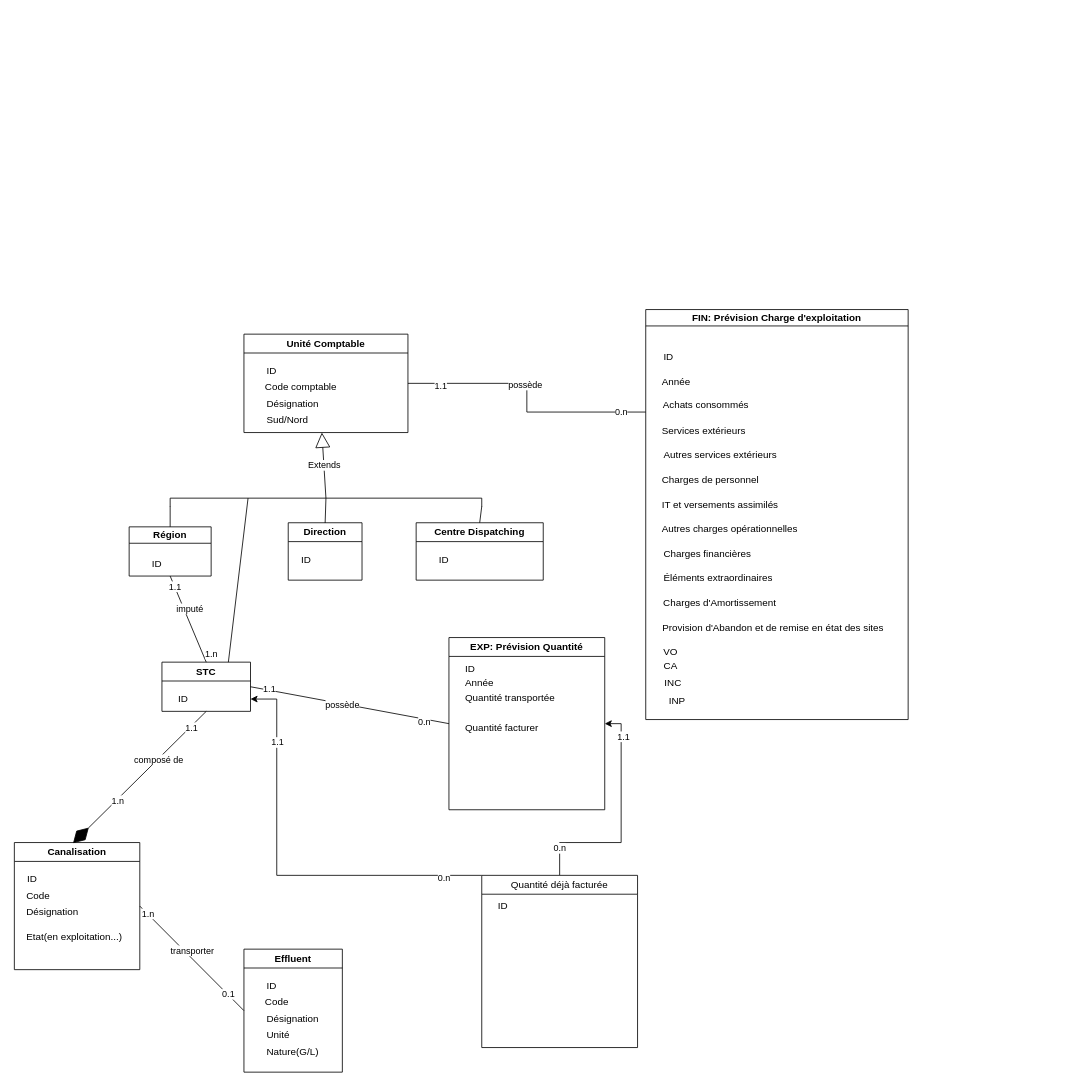
The draw.io diagram Diagramme de class Tarification.drawio.xml in saddambelabed/Conception, before the edit. Source tidied: cells renumbered, new cells numbered last; positions are measured from the earlier drawing's top-left corner, leaving out a move shared by most shapes. Both pictures are drawn from the tidied source at 82%, with x=0, y=0 at pixel (14, 309).
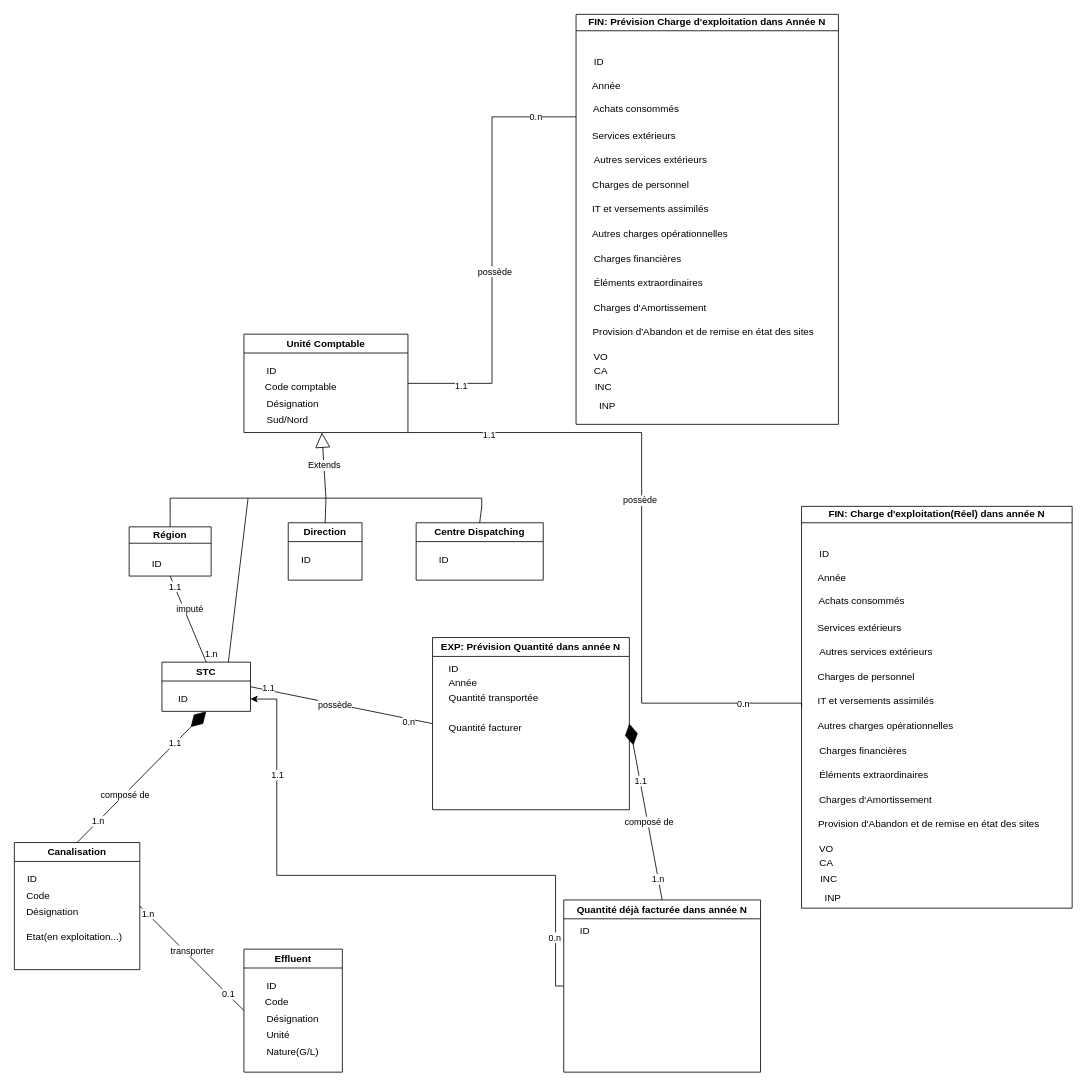
After the change.

Commit message:
Mettre à jour Diagramme de class Tarification.drawio.xml

The change refers to these unchanged cells:
```xml
<mxCell id="6" value="Unité Comptable" style="swimlane;whiteSpace=wrap;html=1;" parent="1" vertex="1">
  <mxGeometry x="280" y="30" width="200" height="120" as="geometry" />
</mxCell>
<mxCell id="16" value="STC" style="swimlane;whiteSpace=wrap;html=1;" parent="1" vertex="1">
  <mxGeometry x="180" y="430" width="108" height="60" as="geometry" />
</mxCell>
<mxCell id="18" value="Canalisation" style="swimlane;whiteSpace=wrap;html=1;" parent="1" vertex="1">
  <mxGeometry y="650" width="153" height="155" as="geometry" />
</mxCell>
```

The edit, as a diff of the source:
```diff
@@
-    <mxCell id="41" style="endArrow=diamondThin;endFill=1;endSize=24;html=1;rounded=0;entryX=0.468;entryY=0.005;entryDx=0;entryDy=0;entryPerimeter=0;exitX=0.5;exitY=1;exitDx=0;exitDy=0;" parent="1" edge="1" source="16" target="18">
+    <mxCell id="41" style="endArrow=diamondThin;endFill=1;endSize=24;html=1;rounded=0;entryX=0.5;entryY=1;entryDx=0;entryDy=0;exitX=0.5;exitY=0;exitDx=0;exitDy=0;" parent="1" edge="1" source="18" target="16">
       <mxGeometry relative="1" as="geometry" />
     </mxCell>
@@
-    <mxCell id="43" value="1.n" style="edgeLabel;html=1;align=center;verticalAlign=middle;" parent="41" vertex="1">
-      <mxGeometry x="0.35" relative="1" as="geometry">
-        <mxPoint x="1" as="offset" />
-      </mxGeometry>
-    </mxCell>
-    <mxCell id="44" value="1.1" style="edgeLabel;html=1;align=center;verticalAlign=middle;" parent="41" vertex="1">
-      <mxGeometry x="-0.76" y="1" relative="1" as="geometry" />
-    </mxCell>
+    <mxCell id="81" value="1.1" style="edgeLabel;html=1;align=center;verticalAlign=middle;" parent="41" vertex="1">
+      <mxGeometry x="0.51" relative="1" as="geometry" />
+    </mxCell>
+    <mxCell id="82" value="1.n" style="edgeLabel;html=1;align=center;verticalAlign=middle;" parent="41" vertex="1">
+      <mxGeometry x="-0.68" y="1" relative="1" as="geometry" />
+    </mxCell>
@@
-    <mxCell id="51" value="EXP: Prévision Quantité" style="swimlane;whiteSpace=wrap;html=1;startSize=23;" parent="1" vertex="1">
-      <mxGeometry x="530" y="400" width="190" height="210" as="geometry" />
+    <mxCell id="51" value="EXP: Prévision Quantité dans année N" style="swimlane;whiteSpace=wrap;html=1;startSize=23;" parent="1" vertex="1">
+      <mxGeometry x="510" y="400" width="240" height="210" as="geometry" />
     </mxCell>
@@
-    <mxCell id="56" value="FIN: Prévision Charge d'exploitation" style="swimlane;whiteSpace=wrap;html=1;startSize=20;" parent="1" vertex="1">
-      <mxGeometry x="770" width="320" height="500" as="geometry" />
+    <mxCell id="56" value="FIN: Prévision Charge d'exploitation dans Année N" style="swimlane;whiteSpace=wrap;html=1;startSize=20;" parent="1" vertex="1">
+      <mxGeometry x="685" y="-360" width="320" height="500" as="geometry" />
     </mxCell>
@@
-    <mxCell id="73" style="edgeStyle=orthogonalEdgeStyle;rounded=0;jettySize=auto;html=1;entryX=1;entryY=0.75;entryDx=0;entryDy=0;" parent="1" edge="1" source="79" target="16">
+    <mxCell id="73" style="edgeStyle=orthogonalEdgeStyle;rounded=0;jettySize=auto;html=1;entryX=1;entryY=0.75;entryDx=0;entryDy=0;exitX=0;exitY=0.5;exitDx=0;exitDy=0;" parent="1" edge="1" source="79" target="16">
       <mxGeometry relative="1" as="geometry">
         <Array as="points">
+          <mxPoint x="660" y="690" />
           <mxPoint x="320" y="690" />
           <mxPoint x="320" y="475" />
         </Array>
       </mxGeometry>
     </mxCell>
@@
-    <mxCell id="76" style="edgeStyle=orthogonalEdgeStyle;rounded=0;jettySize=auto;html=1;entryX=1;entryY=0.5;entryDx=0;entryDy=0;" parent="1" edge="1" source="79" target="51">
-      <mxGeometry relative="1" as="geometry" />
-    </mxCell>
-    <mxCell id="77" value="1.1" style="edgeLabel;html=1;align=center;verticalAlign=middle;" parent="76" vertex="1">
-      <mxGeometry x="0.75" y="-2" relative="1" as="geometry" />
-    </mxCell>
-    <mxCell id="78" value="0.n" style="edgeLabel;html=1;align=center;verticalAlign=middle;" parent="76" vertex="1">
-      <mxGeometry x="-0.76" y="1" relative="1" as="geometry" />
-    </mxCell>
-    <mxCell id="79" value="&lt;span style=&quot;font-weight: 400; text-align: left;&quot;&gt;Quantité déjà&amp;nbsp;facturée&lt;/span&gt;" style="swimlane;whiteSpace=wrap;html=1;startSize=23;" parent="1" vertex="1">
-      <mxGeometry x="570" y="690" width="190" height="210" as="geometry" />
+    <mxCell id="79" value="&lt;span style=&quot;text-align: left;&quot;&gt;Quantité déjà&amp;nbsp;facturée&amp;nbsp;&lt;/span&gt;dans année N" style="swimlane;whiteSpace=wrap;html=1;startSize=23;" parent="1" vertex="1">
+      <mxGeometry x="670" y="720" width="240" height="210" as="geometry" />
     </mxCell>
@@
+    <mxCell id="83" value="FIN: Charge d'exploitation(Réel) dans année N" style="swimlane;whiteSpace=wrap;html=1;startSize=20;" parent="1" vertex="1">
+      <mxGeometry x="960" y="240" width="330" height="490" as="geometry" />
+    </mxCell>
+    <mxCell id="84" value="ID" style="text;html=1;align=left;verticalAlign=middle;strokeColor=none;fillColor=none;" parent="83" vertex="1">
+      <mxGeometry x="20" y="43" width="40" height="30" as="geometry" />
+    </mxCell>
+    <mxCell id="85" value="Année" style="text;html=1;align=left;verticalAlign=middle;strokeColor=none;fillColor=none;" parent="83" vertex="1">
+      <mxGeometry x="18" y="73" width="60" height="30" as="geometry" />
+    </mxCell>
+    <mxCell id="86" value="Achats consommés&lt;br&gt;&amp;nbsp; &amp;nbsp;" style="text;html=1;align=center;verticalAlign=middle;strokeColor=none;fillColor=none;labelPosition=center;verticalLabelPosition=middle;" parent="83" vertex="1">
+      <mxGeometry x="8" y="103" width="130" height="40" as="geometry" />
+    </mxCell>
+    <mxCell id="87" value="Services extérieurs" style="text;html=1;align=left;verticalAlign=middle;strokeColor=none;fillColor=none;" parent="83" vertex="1">
+      <mxGeometry x="18" y="133" width="130" height="30" as="geometry" />
+    </mxCell>
+    <mxCell id="88" value="Autres services extérieurs" style="text;html=1;align=left;verticalAlign=middle;strokeColor=none;fillColor=none;" parent="83" vertex="1">
+      <mxGeometry x="20" y="163" width="160" height="30" as="geometry" />
+    </mxCell>
+    <mxCell id="89" value="Charges de personnel" style="text;html=1;align=left;verticalAlign=middle;strokeColor=none;fillColor=none;" parent="83" vertex="1">
+      <mxGeometry x="18" y="193" width="140" height="30" as="geometry" />
+    </mxCell>
+    <mxCell id="90" value="IT et versements assimilés" style="text;html=1;align=left;verticalAlign=middle;strokeColor=none;fillColor=none;" parent="83" vertex="1">
+      <mxGeometry x="18" y="223" width="170" height="30" as="geometry" />
+    </mxCell>
+    <mxCell id="91" value="Autres charges opérationnelles&lt;br&gt;" style="text;html=1;align=left;verticalAlign=middle;strokeColor=none;fillColor=none;" parent="83" vertex="1">
+      <mxGeometry x="18" y="253" width="190" height="30" as="geometry" />
+    </mxCell>
+    <mxCell id="92" value="Charges financières" style="text;html=1;align=left;verticalAlign=middle;strokeColor=none;fillColor=none;" parent="83" vertex="1">
+      <mxGeometry x="20" y="283" width="130" height="30" as="geometry" />
+    </mxCell>
+    <mxCell id="93" value="Éléments extraordinaires" style="text;html=1;align=center;verticalAlign=middle;strokeColor=none;fillColor=none;" parent="83" vertex="1">
+      <mxGeometry x="8" y="313" width="160" height="30" as="geometry" />
+    </mxCell>
+    <mxCell id="94" value="Charges d'Amortissement" style="text;html=1;align=center;verticalAlign=middle;strokeColor=none;fillColor=none;" parent="83" vertex="1">
+      <mxGeometry x="10" y="343" width="160" height="30" as="geometry" />
+    </mxCell>
+    <mxCell id="95" value="Provision d'Abandon et de remise en état des sites" style="text;html=1;align=center;verticalAlign=middle;strokeColor=none;fillColor=none;" parent="83" vertex="1">
+      <mxGeometry x="10" y="373" width="290" height="30" as="geometry" />
+    </mxCell>
+    <mxCell id="96" value="VO" style="text;html=1;align=center;verticalAlign=middle;strokeColor=none;fillColor=none;" parent="83" vertex="1">
+      <mxGeometry x="10" y="403" width="40" height="30" as="geometry" />
+    </mxCell>
+    <mxCell id="97" value="INC" style="text;html=1;align=center;verticalAlign=middle;strokeColor=none;fillColor=none;" parent="83" vertex="1">
+      <mxGeometry x="13" y="440" width="40" height="30" as="geometry" />
+    </mxCell>
+    <mxCell id="98" value="INP" style="text;html=1;align=center;verticalAlign=middle;strokeColor=none;fillColor=none;" parent="83" vertex="1">
+      <mxGeometry x="18" y="463" width="40" height="30" as="geometry" />
+    </mxCell>
+    <mxCell id="99" value="CA" style="text;html=1;align=center;verticalAlign=middle;strokeColor=none;fillColor=none;" parent="83" vertex="1">
+      <mxGeometry x="10" y="420" width="40" height="30" as="geometry" />
+    </mxCell>
+    <mxCell id="100" style="edgeStyle=orthogonalEdgeStyle;rounded=0;jettySize=auto;html=1;endArrow=none;endFill=0;entryX=0;entryY=0.5;entryDx=0;entryDy=0;exitX=1;exitY=1;exitDx=0;exitDy=0;" parent="1" edge="1" source="6" target="83">
+      <mxGeometry relative="1" as="geometry">
+        <Array as="points">
+          <mxPoint x="765" y="150" />
+          <mxPoint x="765" y="480" />
+        </Array>
+      </mxGeometry>
+    </mxCell>
+    <mxCell id="101" value="possède" style="edgeLabel;html=1;align=center;verticalAlign=middle;" parent="100" vertex="1">
+      <mxGeometry x="-0.1" y="-3" relative="1" as="geometry" />
+    </mxCell>
+    <mxCell id="78" value="0.n" style="edgeLabel;html=1;align=center;verticalAlign=middle;" parent="100" vertex="1">
+      <mxGeometry x="0.81" relative="1" as="geometry" />
+    </mxCell>
+    <mxCell id="102" value="1.1" style="edgeLabel;html=1;align=center;verticalAlign=middle;" parent="100" vertex="1">
+      <mxGeometry x="-0.76" y="-2" relative="1" as="geometry" />
+    </mxCell>
+    <mxCell id="76" style="endArrow=diamondThin;endFill=1;endSize=24;html=1;rounded=0;entryX=1;entryY=0.5;entryDx=0;entryDy=0;exitX=0.5;exitY=0;exitDx=0;exitDy=0;" parent="1" edge="1" source="79" target="51">
+      <mxGeometry relative="1" as="geometry" />
+    </mxCell>
+    <mxCell id="103" value="1.1" style="edgeLabel;html=1;align=center;verticalAlign=middle;" parent="76" vertex="1">
+      <mxGeometry x="0.35" relative="1" as="geometry">
+        <mxPoint x="1" as="offset" />
+      </mxGeometry>
+    </mxCell>
+    <mxCell id="104" value="1.n" style="edgeLabel;html=1;align=center;verticalAlign=middle;" parent="76" vertex="1">
+      <mxGeometry x="-0.76" y="1" relative="1" as="geometry" />
+    </mxCell>
+    <mxCell id="105" value="composé de" style="edgeLabel;html=1;align=center;verticalAlign=middle;" parent="76" vertex="1">
+      <mxGeometry x="-0.11" relative="1" as="geometry">
+        <mxPoint x="1" as="offset" />
+      </mxGeometry>
+    </mxCell>
```
